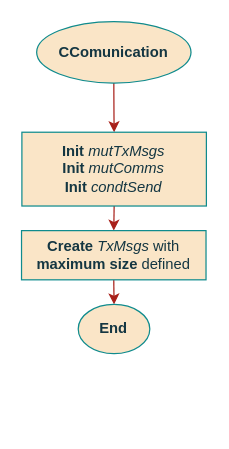
ESRGgroup9/slipad keeps this draw.io diagram as page "constructor" (2 of 8) of documentation/flowcharts/02Classes/CCommunication.drawio. Above is the earlier version. Source tidied: cells renumbered, new cells numbered last; positions are measured from the earlier drawing's top-left corner, leaving out a move shared by most shapes. Both pictures are drawn from the tidied source at 123%, with x=0, y=0 at pixel (21, 21).
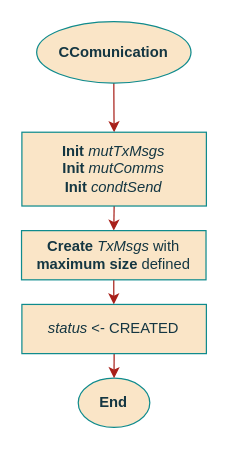
Above is the later version.

Change to the diagram source:
```diff
@@
 <mxGraphModel>
   <root>
     <mxCell id="0" />
     <mxCell id="1" parent="0" />
     <mxCell id="2" style="edgeStyle=orthogonalEdgeStyle;curved=0;rounded=1;sketch=0;jettySize=auto;html=1;exitX=0.5;exitY=1;exitDx=0;exitDy=0;entryX=0.5;entryY=0;entryDx=0;entryDy=0;fontColor=#143642;strokeColor=#A8201A;fillColor=#FAE5C7;" parent="1" edge="1" source="3">
       <mxGeometry relative="1" as="geometry">
         <mxPoint x="75.3" y="90" as="targetPoint" />
       </mxGeometry>
     </mxCell>
     <mxCell id="3" value="CComunication" style="ellipse;whiteSpace=wrap;html=1;fillColor=#FAE5C7;strokeColor=#0F8B8D;fontColor=#143642;fontStyle=1;" parent="1" vertex="1">
       <mxGeometry x="12.3" width="125.5" height="50" as="geometry" />
     </mxCell>
     <mxCell id="4" style="edgeStyle=orthogonalEdgeStyle;curved=0;rounded=1;sketch=0;jettySize=auto;html=1;exitX=0.5;exitY=1;exitDx=0;exitDy=0;entryX=0.5;entryY=0;entryDx=0;entryDy=0;fontColor=#143642;strokeColor=#A8201A;fillColor=#FAE5C7;" parent="1" edge="1" source="5" target="7">
       <mxGeometry relative="1" as="geometry" />
     </mxCell>
     <mxCell id="5" value="&lt;div&gt;&lt;b&gt;Init&lt;/b&gt; &lt;i&gt;mutTxMsgs&lt;/i&gt;&lt;/div&gt;&lt;div&gt;&lt;b&gt;Init&lt;/b&gt;&lt;i&gt; mutComms&lt;/i&gt;&lt;/div&gt;&lt;div&gt;&lt;b&gt;Init&lt;/b&gt;&lt;i&gt; condtSend&lt;br&gt;&lt;/i&gt;&lt;/div&gt;" style="rounded=0;whiteSpace=wrap;html=1;sketch=0;fontColor=#143642;strokeColor=#0F8B8D;fillColor=#FAE5C7;" parent="1" vertex="1">
       <mxGeometry x="0.3" y="90" width="150" height="60" as="geometry" />
     </mxCell>
-    <mxCell id="6" style="edgeStyle=orthogonalEdgeStyle;curved=0;rounded=1;sketch=0;jettySize=auto;html=1;exitX=0.5;exitY=1;exitDx=0;exitDy=0;entryX=0.5;entryY=0;entryDx=0;entryDy=0;fontColor=#143642;strokeColor=#A8201A;fillColor=#FAE5C7;" parent="1" edge="1" source="7" target="8">
-      <mxGeometry relative="1" as="geometry" />
+    <mxCell id="6" style="edgeStyle=orthogonalEdgeStyle;curved=0;rounded=1;sketch=0;jettySize=auto;html=1;exitX=0.5;exitY=1;exitDx=0;exitDy=0;fontColor=#143642;strokeColor=#A8201A;fillColor=#FAE5C7;" parent="1" edge="1" source="7">
+      <mxGeometry relative="1" as="geometry">
+        <mxPoint x="75" y="230" as="targetPoint" />
+      </mxGeometry>
     </mxCell>
     <mxCell id="7" value="&lt;b&gt;Create&lt;/b&gt; &lt;i&gt;TxMsgs     &lt;/i&gt;with &lt;b&gt;maximum size&lt;/b&gt; defined&lt;i&gt;&lt;br&gt;&lt;/i&gt;" style="rounded=0;whiteSpace=wrap;html=1;sketch=0;fontColor=#143642;strokeColor=#0F8B8D;fillColor=#FAE5C7;" parent="1" vertex="1">
       <mxGeometry y="170" width="150" height="40" as="geometry" />
     </mxCell>
     <mxCell id="8" value="End" style="ellipse;whiteSpace=wrap;html=1;fillColor=#FAE5C7;strokeColor=#0F8B8D;fontColor=#143642;fontStyle=1;" parent="1" vertex="1">
-      <mxGeometry x="46.1" y="230" width="58.2" height="40" as="geometry" />
+      <mxGeometry x="46.1" y="290" width="58.2" height="40" as="geometry" />
     </mxCell>
+    <mxCell id="9" style="edgeStyle=orthogonalEdgeStyle;rounded=1;jettySize=auto;html=1;exitX=0.5;exitY=1;exitDx=0;exitDy=0;entryX=0.5;entryY=0;entryDx=0;entryDy=0;strokeColor=#A8201A;" parent="1" edge="1" source="10" target="8">
+      <mxGeometry relative="1" as="geometry" />
+    </mxCell>
+    <mxCell id="10" value="&lt;i&gt;status&lt;/i&gt; &amp;lt;- CREATED" style="rounded=0;whiteSpace=wrap;html=1;sketch=0;fontColor=#143642;strokeColor=#0F8B8D;fillColor=#FAE5C7;" parent="1" vertex="1">
+      <mxGeometry x="0.3" y="230" width="150" height="40" as="geometry" />
+    </mxCell>
   </root>
 </mxGraphModel>
```
